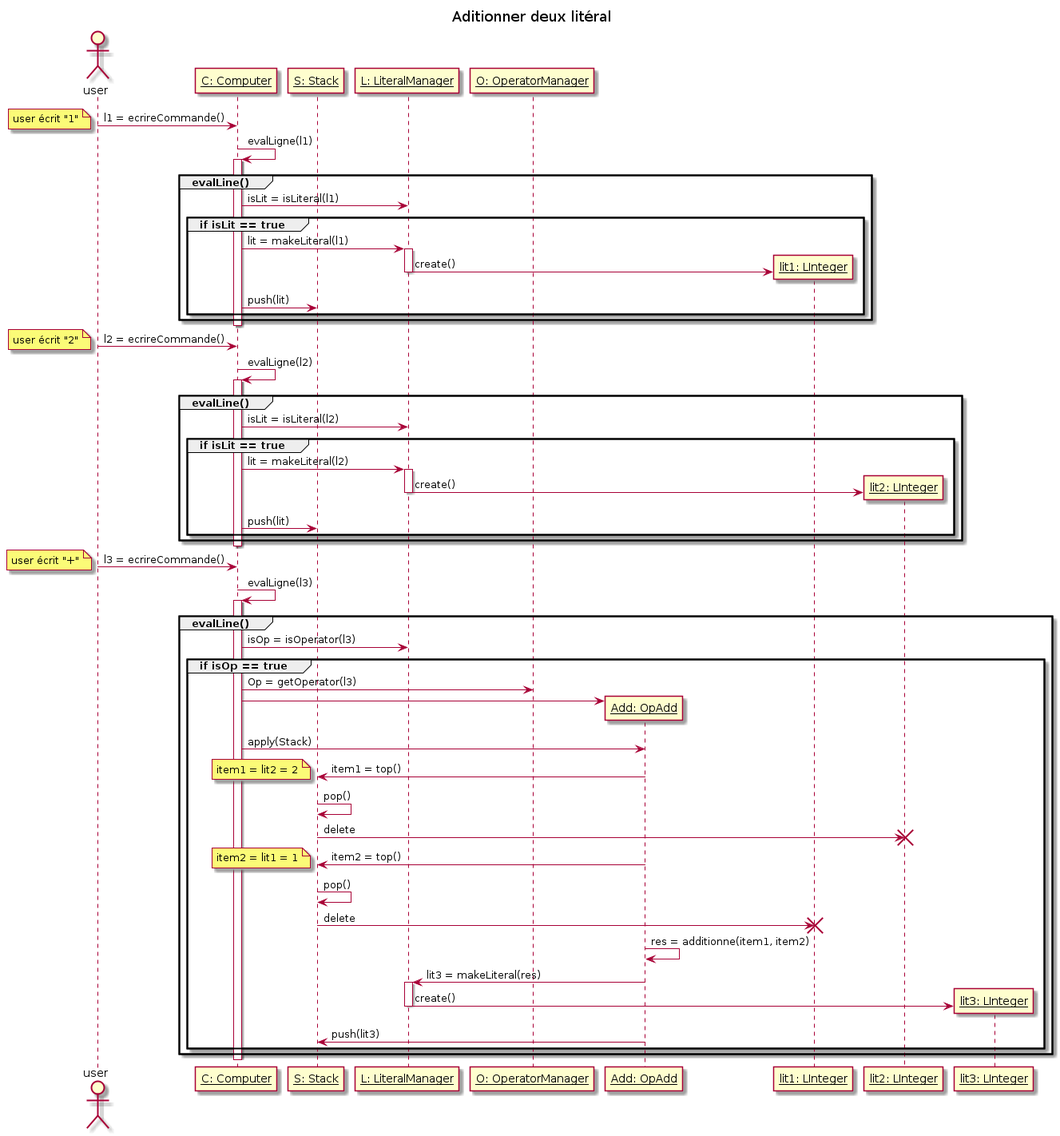
This is UML/diagrammeSequenceAddition.png from pltheoclement/LO21, a PlantUML export, as it was before one commit. Its diagram source:
```plantuml
@startuml
title Aditionner deux litéral

actor user
participant "__C: Computer__" as Computer
participant "__S: Stack__" as Stack
participant "__L: LiteralManager__" as LiteralManager
participant "__O: OperatorManager__" as OperatorManager
participant "__Add: OpAdd__" as Add

user -> Computer : l1 = ecrireCommande()
note left: user écrit "1"
Computer -> Computer : evalLigne(l1)
activate Computer
group evalLine()
  Computer -> LiteralManager : isLit = isLiteral(l1)
  group if isLit == true
    Computer -> LiteralManager : lit = makeLiteral(l1)
    activate LiteralManager
    LiteralManager -> "__lit1: LInteger__" as lit1** : create()
    deactivate LiteralManager
    Computer -> Stack : push(lit)
  end
end

deactivate Computer
user -> Computer : l2 = ecrireCommande()

note left: user écrit "2"
Computer -> Computer : evalLigne(l2)
activate Computer
  group evalLine()
  Computer -> LiteralManager : isLit = isLiteral(l2)
  group if isLit == true
    Computer -> LiteralManager : lit = makeLiteral(l2)
    activate LiteralManager
    LiteralManager -> "__lit2: LInteger__" as lit2** : create()
    deactivate LiteralManager
    Computer -> Stack : push(lit)
  end
end
deactivate Computer

user -> Computer : l3 = ecrireCommande()
note left: user écrit "+"
Computer -> Computer : evalLigne(l3)
activate Computer
  group evalLine()
  Computer -> LiteralManager : isOp = isOperator(l3)
  group if isOp == true
    Computer -> OperatorManager : Op = getOperator(l3)
    Computer -> Add **
    Computer -> Add :apply(Stack)
    Add -> Stack : item1 = top()
    note left: item1 = lit2 = 2
    Stack -> Stack : pop()
    Stack -> lit2 !! : delete
    Add -> Stack : item2 = top()
    note left: item2 = lit1 = 1
    Stack -> Stack : pop()
    Stack -> lit1 !! : delete
    Add -> Add : res = additionne(item1, item2)
    Add -> LiteralManager : lit3 = makeLiteral(res)
    activate LiteralManager
    LiteralManager -> "__lit3: LInteger__" as lit3** : create()
    deactivate LiteralManager
    Add -> Stack : push(lit3)
  end
end
deactivate Computer

@enduml
```
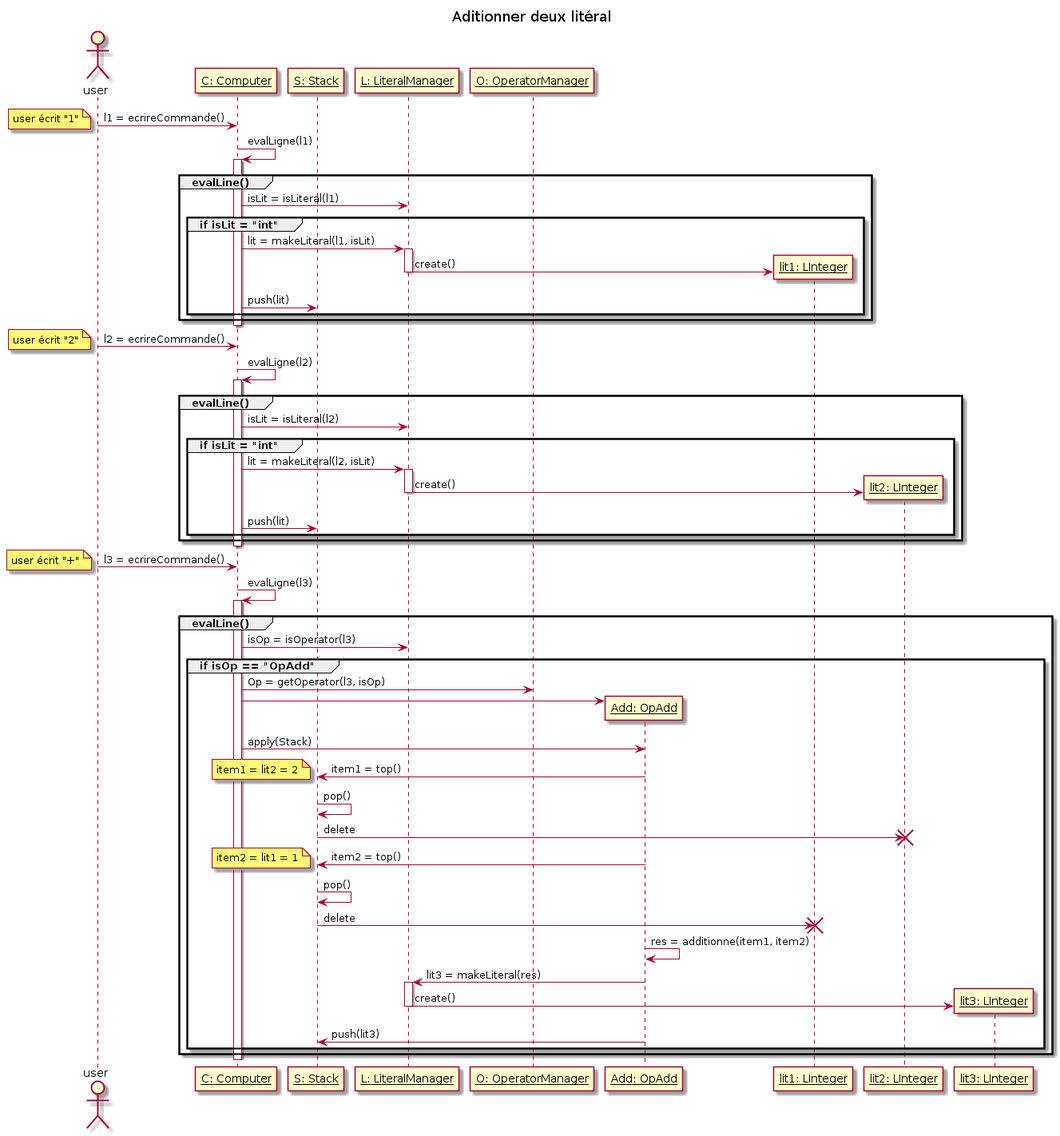
Above is the later version.

Commit message:
Rectification du diagrame de séquence Add pour la nouvelle version de makeLiteral

Diff of the diagram source:
```diff
@@ -14,8 +14,8 @@
 activate Computer
 group evalLine()
   Computer -> LiteralManager : isLit = isLiteral(l1)
-  group if isLit == true
-    Computer -> LiteralManager : lit = makeLiteral(l1)
+  group if isLit = "int"
+    Computer -> LiteralManager : lit = makeLiteral(l1, isLit)
     activate LiteralManager
     LiteralManager -> "__lit1: LInteger__" as lit1** : create()
     deactivate LiteralManager
@@ -31,8 +31,8 @@
 activate Computer
   group evalLine()
   Computer -> LiteralManager : isLit = isLiteral(l2)
-  group if isLit == true
-    Computer -> LiteralManager : lit = makeLiteral(l2)
+  group if isLit = "int"
+    Computer -> LiteralManager : lit = makeLiteral(l2, isLit)
     activate LiteralManager
     LiteralManager -> "__lit2: LInteger__" as lit2** : create()
     deactivate LiteralManager
@@ -47,8 +47,8 @@
 activate Computer
   group evalLine()
   Computer -> LiteralManager : isOp = isOperator(l3)
-  group if isOp == true
-    Computer -> OperatorManager : Op = getOperator(l3)
+  group if isOp == "OpAdd"
+    Computer -> OperatorManager : Op = getOperator(l3, isOp)
     Computer -> Add **
     Computer -> Add :apply(Stack)
     Add -> Stack : item1 = top()
```
